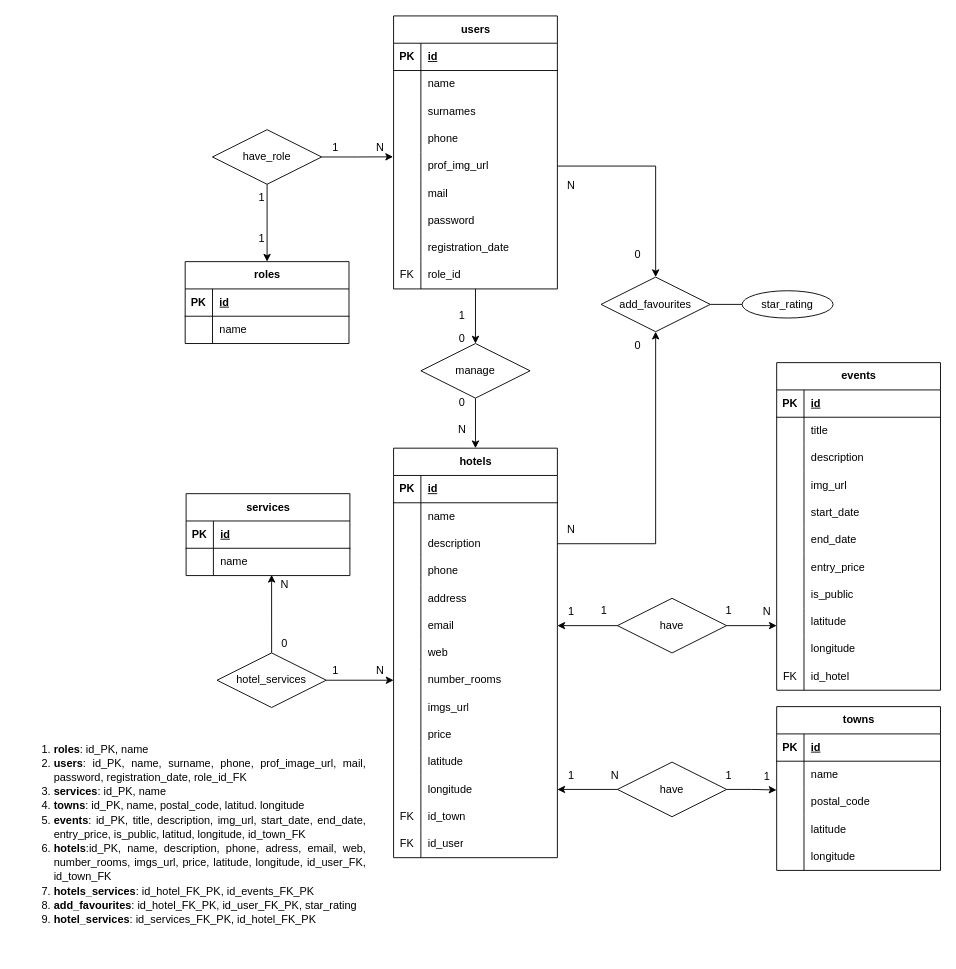
Before: database-resources/ER_RM_HoHoHotel.drawio in SerotDev/sru-abi-rlm-project-backend, a draw.io diagram. Source tidied: cells renumbered, new cells numbered last; positions are measured from the earlier drawing's top-left corner, leaving out a move shared by most shapes. Both pictures are drawn from the tidied source at 91%, with x=0, y=0 at pixel (15, 15).
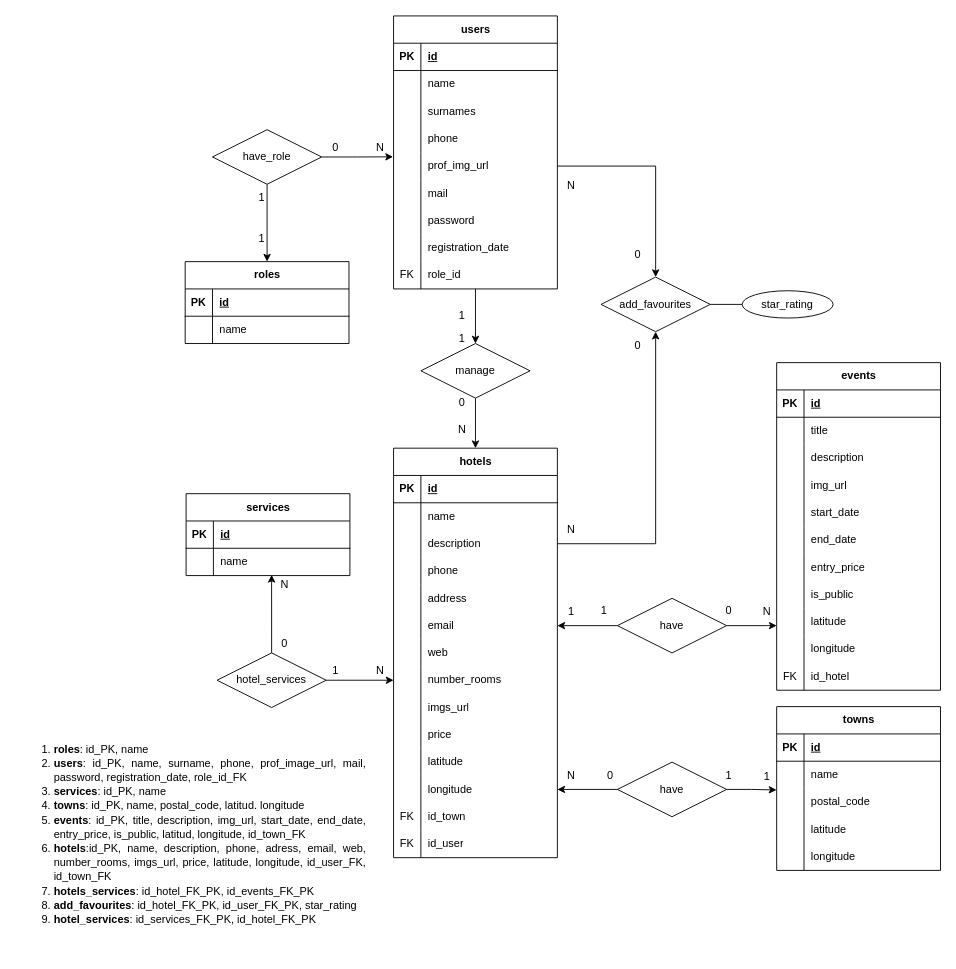
Above is the later version.

Diff of the diagram source:
```diff
@@
-    <mxCell id="131" value="1" style="text;html=1;align=center;verticalAlign=middle;strokeColor=none;fillColor=none;" parent="1" vertex="1">
+    <mxCell id="131" value="0" style="text;html=1;align=center;verticalAlign=middle;strokeColor=none;fillColor=none;" parent="1" vertex="1">
       <mxGeometry x="768" y="639" width="30" height="30" as="geometry" />
     </mxCell>
@@
-    <mxCell id="133" value="1" style="text;html=1;align=center;verticalAlign=middle;strokeColor=none;fillColor=none;" parent="1" vertex="1">
-      <mxGeometry x="595" y="820" width="30" height="30" as="geometry" />
+    <mxCell id="133" value="0" style="text;html=1;align=center;verticalAlign=middle;strokeColor=none;fillColor=none;" parent="1" vertex="1">
+      <mxGeometry x="638" y="820" width="30" height="30" as="geometry" />
     </mxCell>
@@
     <mxCell id="135" value="N" style="text;html=1;align=center;verticalAlign=middle;strokeColor=none;fillColor=none;" parent="1" vertex="1">
-      <mxGeometry x="643" y="820" width="30" height="30" as="geometry" />
+      <mxGeometry x="595" y="820" width="30" height="30" as="geometry" />
     </mxCell>
@@
-    <mxCell id="156" value="0" style="text;html=1;align=center;verticalAlign=middle;strokeColor=none;fillColor=none;" parent="1" vertex="1">
+    <mxCell id="156" value="1" style="text;html=1;align=center;verticalAlign=middle;strokeColor=none;fillColor=none;" parent="1" vertex="1">
       <mxGeometry x="475" y="340" width="30" height="30" as="geometry" />
     </mxCell>
@@
-    <mxCell id="173" value="1" style="text;html=1;align=center;verticalAlign=middle;strokeColor=none;fillColor=none;" parent="1" vertex="1">
+    <mxCell id="173" value="0" style="text;html=1;align=center;verticalAlign=middle;strokeColor=none;fillColor=none;" parent="1" vertex="1">
       <mxGeometry x="336" y="130" width="30" height="30" as="geometry" />
     </mxCell>
```
